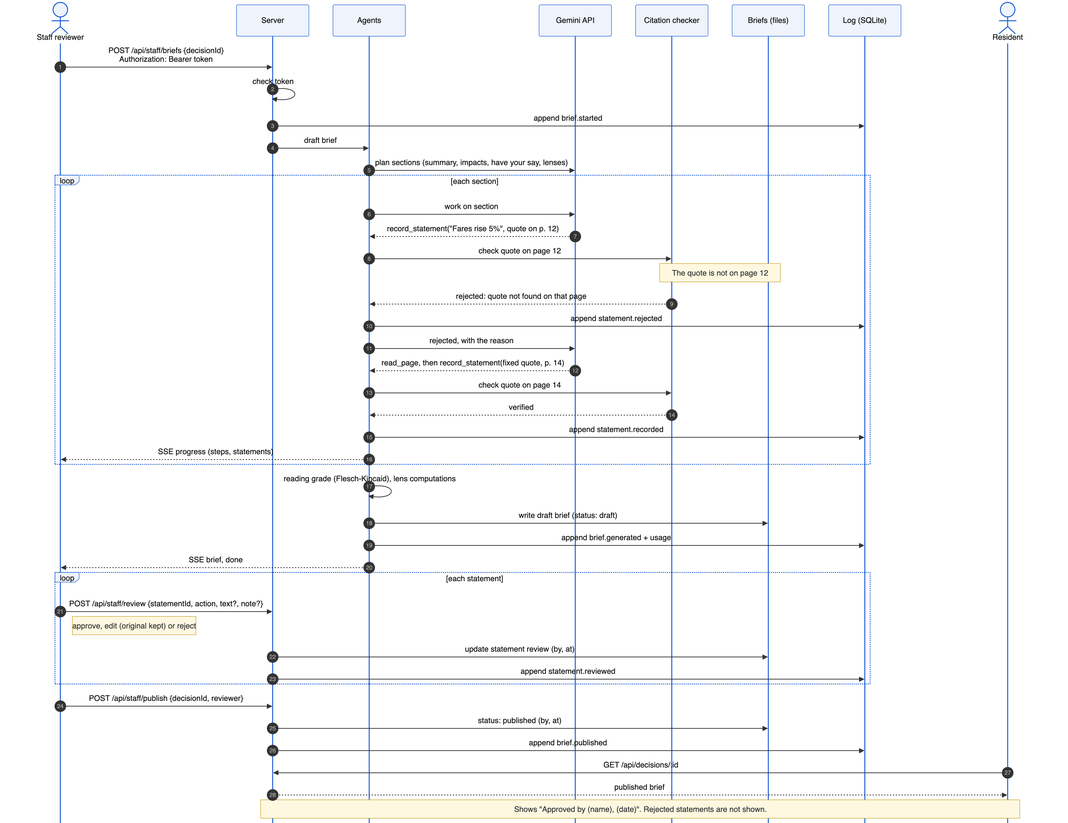
Earlier version of the Mermaid export docs/uml/seq-brief.png (RichardLi-1/municipal-agents). Its source is kept beside it as docs/uml/seq-brief.mmd.
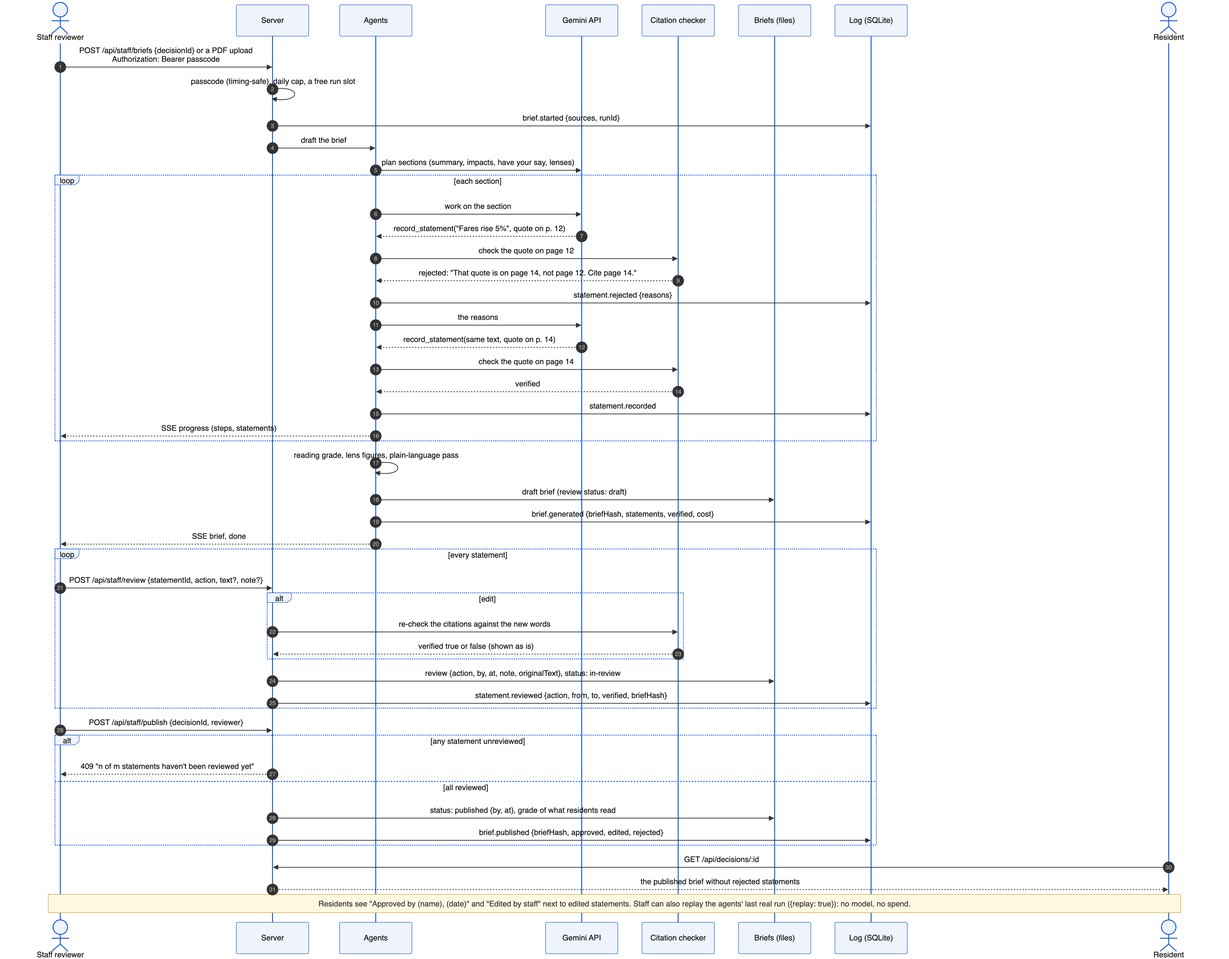
The same diagram one commit later.

The edit, as a diff of the source:
```diff
@@ -9,39 +9,45 @@
   participant Log as Log (SQLite)
   actor R as Resident
 
-  St->>S: POST /api/staff/briefs {decisionId}<br/>Authorization: Bearer token
-  S->>S: check token
-  S->>Log: append brief.started
-  S->>A: draft brief
+  St->>S: POST /api/staff/briefs {decisionId} or a PDF upload<br/>Authorization: Bearer passcode
+  S->>S: passcode (timing-safe), daily cap, a free run slot
+  S->>Log: brief.started {sources, runId}
+  S->>A: draft the brief
   A->>G: plan sections (summary, impacts, have your say, lenses)
   loop each section
-    A->>G: work on section
+    A->>G: work on the section
     G-->>A: record_statement("Fares rise 5%", quote on p. 12)
-    A->>C: check quote on page 12
-    Note over C,F: The quote is not on page 12
-    C-->>A: rejected: quote not found on that page
-    A->>Log: append statement.rejected
-    A->>G: rejected, with the reason
-    G-->>A: read_page, then record_statement(fixed quote, p. 14)
-    A->>C: check quote on page 14
+    A->>C: check the quote on page 12
+    C-->>A: rejected: "That quote is on page 14, not page 12. Cite page 14."
+    A->>Log: statement.rejected {reasons}
+    A->>G: the reasons
+    G-->>A: record_statement(same text, quote on p. 14)
+    A->>C: check the quote on page 14
     C-->>A: verified
-    A->>Log: append statement.recorded
+    A->>Log: statement.recorded
     A-->>St: SSE progress (steps, statements)
   end
-  A->>A: reading grade (Flesch-Kincaid), lens computations
-  A->>F: write draft brief (status: draft)
-  A->>Log: append brief.generated + usage
+  A->>A: reading grade, lens figures, plain-language pass
+  A->>F: draft brief (review status: draft)
+  A->>Log: brief.generated {briefHash, statements, verified, cost}
   A-->>St: SSE brief, done
 
-  loop each statement
+  loop every statement
     St->>S: POST /api/staff/review {statementId, action, text?, note?}
-    Note right of St: approve, edit (original kept) or reject
-    S->>F: update statement review (by, at)
-    S->>Log: append statement.reviewed
+    alt edit
+      S->>C: re-check the citations against the new words
+      C-->>S: verified true or false (shown as is)
+    end
+    S->>F: review {action, by, at, note, originalText}, status: in-review
+    S->>Log: statement.reviewed {action, from, to, verified, briefHash}
   end
   St->>S: POST /api/staff/publish {decisionId, reviewer}
-  S->>F: status: published (by, at)
-  S->>Log: append brief.published
+  alt any statement unreviewed
+    S-->>St: 409 "n of m statements haven't been reviewed yet"
+  else all reviewed
+    S->>F: status: published {by, at}, grade of what residents read
+    S->>Log: brief.published {briefHash, approved, edited, rejected}
+  end
   R->>S: GET /api/decisions/:id
-  S-->>R: published brief
-  Note over S,R: Shows "Approved by (name), (date)". Rejected statements are not shown.
+  S-->>R: the published brief without rejected statements
+  Note over St,R: Residents see "Approved by (name), (date)" and "Edited by staff" next to edited statements. Staff can also replay the agents' last real run ({replay: true}): no model, no spend.
```
